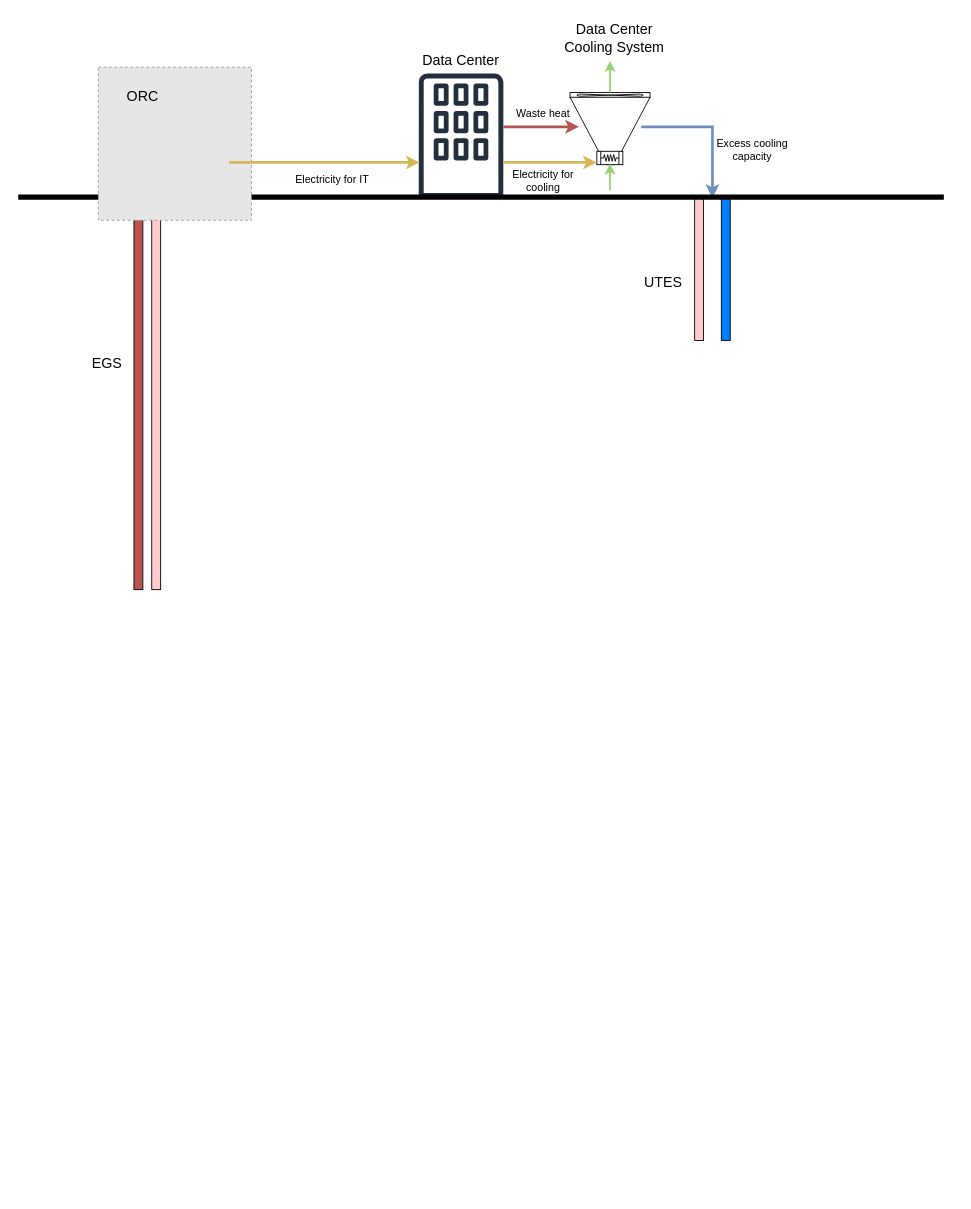
Earlier version of the draw.io diagram EGS+UTES_DC.drawio (jmctigue/drawio). Source tidied: cells renumbered, new cells numbered last; positions are measured from the earlier drawing's top-left corner, leaving out a move shared by most shapes. Both pictures are drawn from the tidied source at 89%, with x=0, y=0 at pixel (18, 15). Pictures stored in the file or linked from it are replaced by grey dashed boxes.
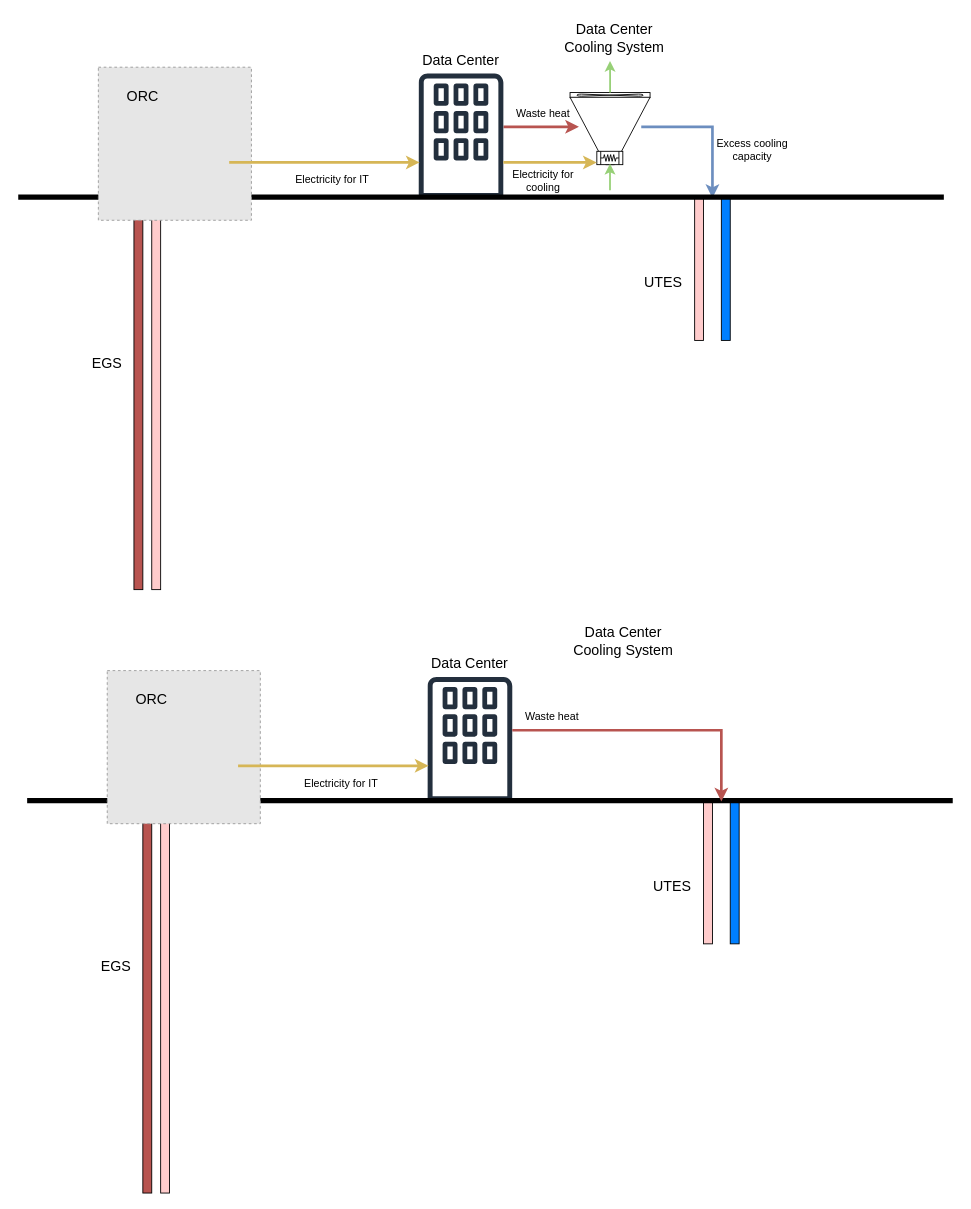
Above is the later version.

Diff of the diagram source:
```diff
@@
+    <mxCell id="31" style="sketch=0;fontColor=#232F3E;gradientColor=none;fillColor=#232F3D;strokeColor=none;dashed=0;verticalLabelPosition=bottom;verticalAlign=top;align=center;html=1;fontSize=12;fontStyle=0;shape=mxgraph.aws4.corporate_data_center;" parent="1" vertex="1">
+      <mxGeometry x="460" y="743" width="95.1" height="140" as="geometry" />
+    </mxCell>
+    <mxCell id="32" style="rounded=0;whiteSpace=wrap;html=1;fillColor=#B85450;strokeColor=#000000;" parent="1" vertex="1">
+      <mxGeometry x="140" y="883" width="10" height="440" as="geometry" />
+    </mxCell>
+    <mxCell id="33" style="rounded=0;whiteSpace=wrap;html=1;fillColor=#FFCCCC;strokeColor=#000000;" parent="1" vertex="1">
+      <mxGeometry x="160" y="883" width="10" height="440" as="geometry" />
+    </mxCell>
+    <mxCell id="34" style="rounded=0;whiteSpace=wrap;html=1;fillColor=#007FFF;strokeColor=#000000;" parent="1" vertex="1">
+      <mxGeometry x="800" y="883" width="10" height="160" as="geometry" />
+    </mxCell>
+    <mxCell id="35" style="rounded=0;whiteSpace=wrap;html=1;fillColor=#FFCCCC;strokeColor=#000000;" parent="1" vertex="1">
+      <mxGeometry x="770" y="883" width="10" height="160" as="geometry" />
+    </mxCell>
+    <mxCell id="36" style="endArrow=none;html=1;rounded=0;strokeWidth=6;" parent="1" edge="1">
+      <mxGeometry relative="1" as="geometry">
+        <mxPoint x="10" y="882" as="sourcePoint" />
+        <mxPoint x="1050" y="882" as="targetPoint" />
+      </mxGeometry>
+    </mxCell>
+    <mxCell id="37" style="fillColor=#E6E6E6;strokeColor=#999999;dashed=1;html=1;verticalAlign=top;verticalLabelPosition=bottom;labelBackgroundColor=#ffffff;" parent="1" vertex="1">
+      <mxGeometry x="100" y="736" width="172" height="172" as="geometry" />
+    </mxCell>
+    <mxCell id="38" style="endArrow=classic;html=1;rounded=0;fillColor=#fff2cc;strokeColor=#d6b656;strokeWidth=3;" parent="1" edge="1">
+      <mxGeometry relative="1" as="geometry">
+        <mxPoint x="247" y="843" as="sourcePoint" />
+        <mxPoint x="461" y="843" as="targetPoint" />
+      </mxGeometry>
+    </mxCell>
+    <mxCell id="39" value="&lt;font style=&quot;font-size: 16px;&quot;&gt;ORC&lt;/font&gt;" style="text;html=1;whiteSpace=wrap;strokeColor=none;fillColor=none;align=center;verticalAlign=middle;rounded=0;" parent="1" vertex="1">
+      <mxGeometry x="120" y="753" width="60" height="30" as="geometry" />
+    </mxCell>
+    <mxCell id="40" value="&lt;font style=&quot;font-size: 16px;&quot;&gt;EGS&lt;/font&gt;" style="text;html=1;whiteSpace=wrap;strokeColor=none;fillColor=none;align=center;verticalAlign=middle;rounded=0;" parent="1" vertex="1">
+      <mxGeometry x="80" y="1053" width="60" height="30" as="geometry" />
+    </mxCell>
+    <mxCell id="41" value="&lt;font style=&quot;font-size: 16px;&quot;&gt;Data Center Cooling System&lt;/font&gt;" style="text;html=1;whiteSpace=wrap;strokeColor=none;fillColor=none;align=center;verticalAlign=middle;rounded=0;" parent="1" vertex="1">
+      <mxGeometry x="620" y="678" width="120" height="50" as="geometry" />
+    </mxCell>
+    <mxCell id="42" value="&lt;font style=&quot;font-size: 16px;&quot;&gt;UTES&lt;/font&gt;" style="text;html=1;whiteSpace=wrap;strokeColor=none;fillColor=none;align=center;verticalAlign=middle;rounded=0;" parent="1" vertex="1">
+      <mxGeometry x="700" y="963" width="70" height="30" as="geometry" />
+    </mxCell>
+    <mxCell id="43" value="&lt;font style=&quot;font-size: 16px;&quot;&gt;Data Center&lt;/font&gt;" style="text;html=1;whiteSpace=wrap;strokeColor=none;fillColor=none;align=center;verticalAlign=middle;rounded=0;" parent="1" vertex="1">
+      <mxGeometry x="453.8" y="713" width="107.4" height="30" as="geometry" />
+    </mxCell>
+    <mxCell id="44" value="&lt;font&gt;Waste heat&lt;/font&gt;" style="text;html=1;whiteSpace=wrap;strokeColor=none;fillColor=none;align=center;verticalAlign=middle;rounded=0;" parent="1" vertex="1">
+      <mxGeometry x="555.1" y="773" width="90" height="30" as="geometry" />
+    </mxCell>
+    <mxCell id="45" value="&lt;font&gt;Electricity for IT&lt;/font&gt;" style="text;html=1;whiteSpace=wrap;strokeColor=none;fillColor=none;align=center;verticalAlign=middle;rounded=0;" parent="1" vertex="1">
+      <mxGeometry x="310" y="843" width="106.2" height="39" as="geometry" />
+    </mxCell>
+    <mxCell id="46" style="endArrow=classic;html=1;rounded=0;fillColor=#f8cecc;strokeColor=#b85450;strokeWidth=3;exitX=0;exitY=1;exitDx=0;exitDy=0;" parent="1" edge="1" source="44">
+      <mxGeometry relative="1" as="geometry">
+        <mxPoint x="790" y="883" as="targetPoint" />
+        <Array as="points">
+          <mxPoint x="790" y="803" />
+        </Array>
+      </mxGeometry>
+    </mxCell>
```
